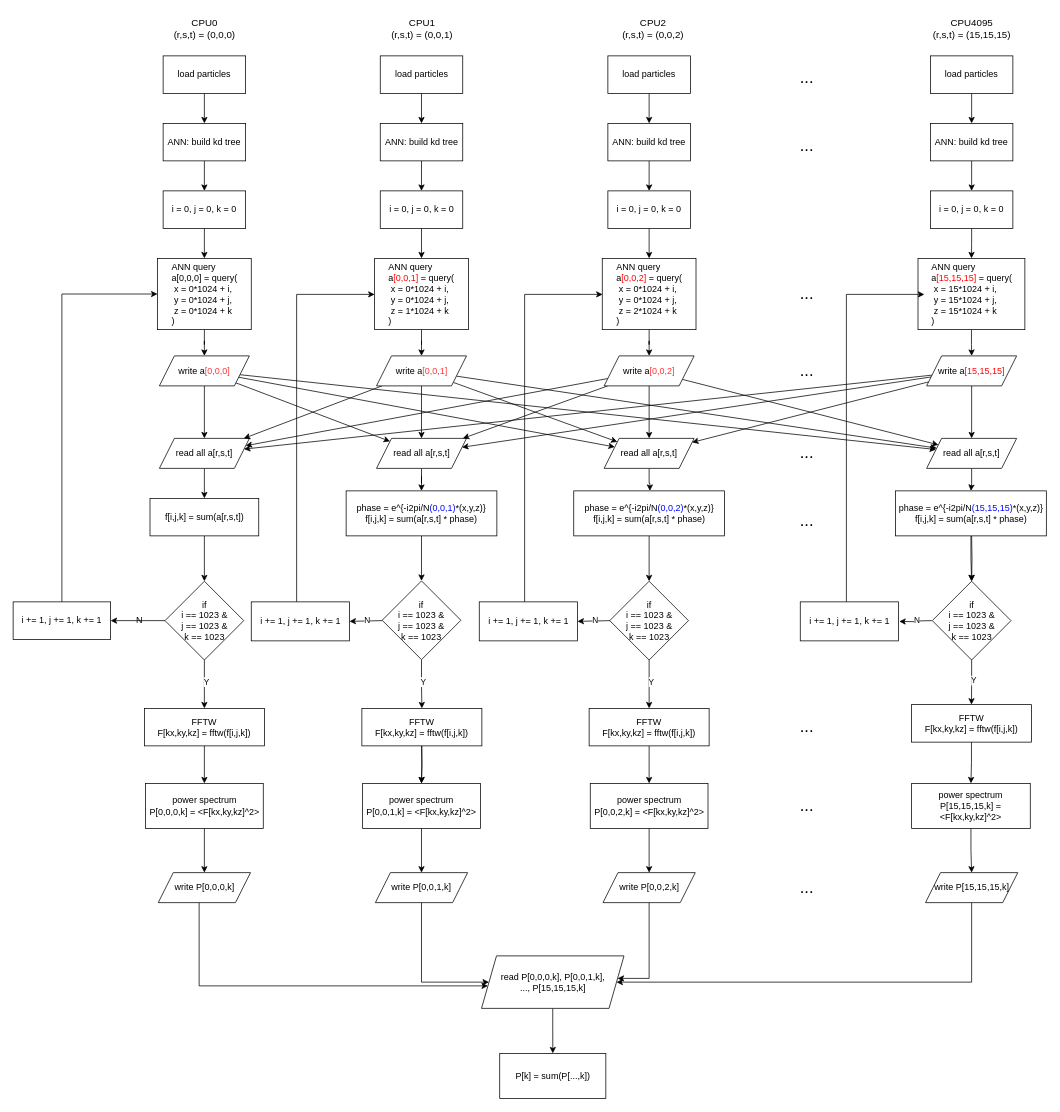
Above: Untitled Diagram.drawio in YujieH3/large-velocity-power-spectrum (draw.io), before the change. Source tidied: cells renumbered, new cells numbered last; positions are measured from the earlier drawing's top-left corner, leaving out a move shared by most shapes. Both pictures are drawn from the tidied source at 75%, with x=0, y=0 at pixel (13, 13).
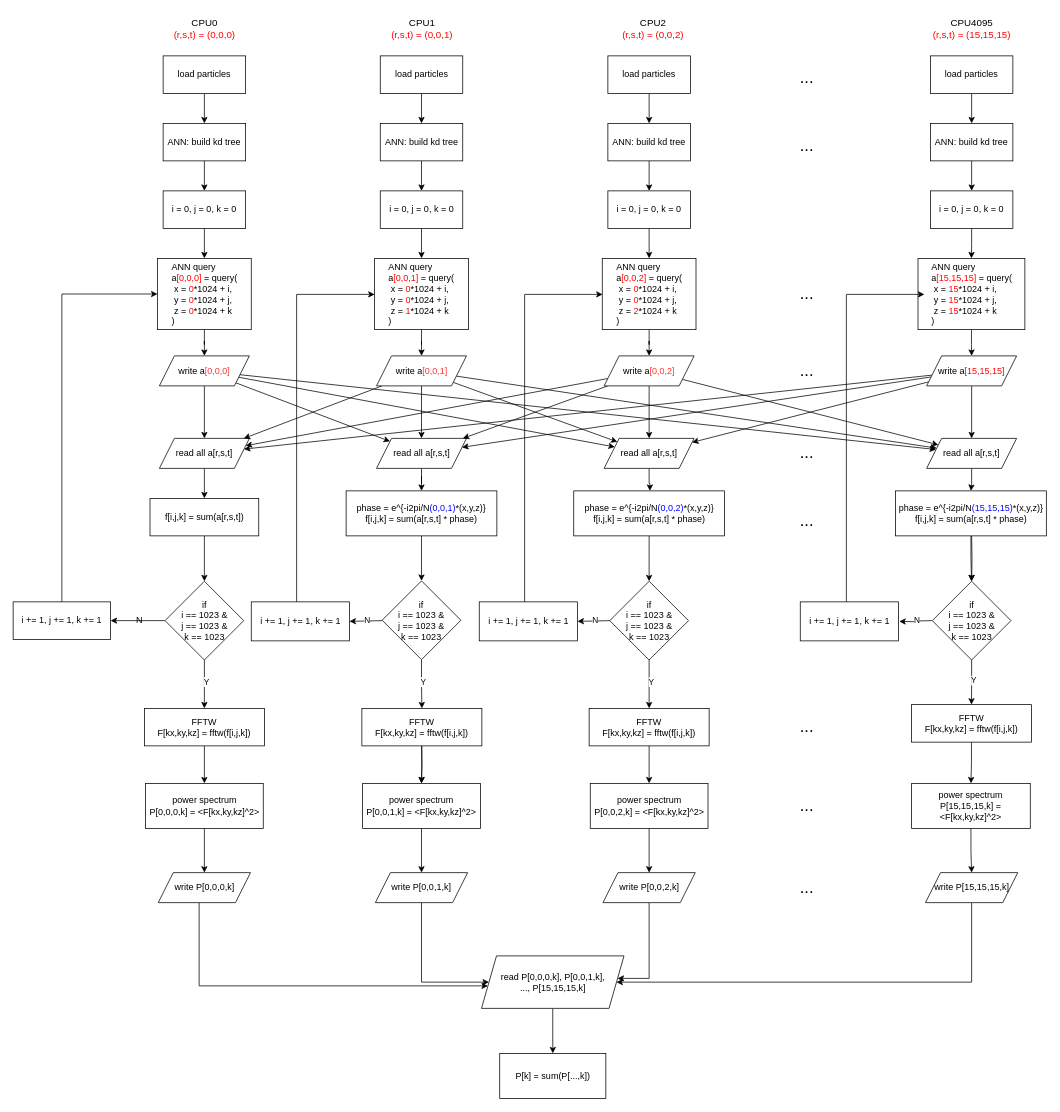
After the change.

Diff of the diagram source:
```diff
@@
-    <mxCell id="10" value="&lt;div style=&quot;text-align: left;&quot;&gt;ANN query&lt;/div&gt;&lt;div style=&quot;text-align: left;&quot;&gt;a[0,0,0] = query(&lt;/div&gt;&lt;div style=&quot;text-align: left;&quot;&gt;&amp;nbsp;x = 0*1024 + i,&lt;/div&gt;&lt;div style=&quot;text-align: left;&quot;&gt;&amp;nbsp;y = 0*1024 + j,&lt;/div&gt;&lt;div style=&quot;text-align: left;&quot;&gt;&amp;nbsp;z = 0*1024 + k&lt;/div&gt;&lt;div style=&quot;text-align: left;&quot;&gt;)&lt;/div&gt;" style="whiteSpace=wrap;html=1;rounded=0;" parent="1" vertex="1">
+    <mxCell id="10" value="&lt;div style=&quot;text-align: left;&quot;&gt;ANN query&lt;/div&gt;&lt;div style=&quot;text-align: left;&quot;&gt;a&lt;font color=&quot;#ff0000&quot;&gt;[0,0,0]&lt;/font&gt; = query(&lt;/div&gt;&lt;div style=&quot;text-align: left;&quot;&gt;&amp;nbsp;x = &lt;font color=&quot;#ff0000&quot;&gt;0&lt;/font&gt;*1024 + i,&lt;/div&gt;&lt;div style=&quot;text-align: left;&quot;&gt;&amp;nbsp;y = &lt;font color=&quot;#ff0000&quot;&gt;0&lt;/font&gt;*1024 + j,&lt;/div&gt;&lt;div style=&quot;text-align: left;&quot;&gt;&amp;nbsp;z = &lt;font color=&quot;#ff0000&quot;&gt;0&lt;/font&gt;*1024 + k&lt;/div&gt;&lt;div style=&quot;text-align: left;&quot;&gt;)&lt;/div&gt;" style="whiteSpace=wrap;html=1;rounded=0;" parent="1" vertex="1">
       <mxGeometry x="192.5" y="327" width="125" height="95" as="geometry" />
     </mxCell>
@@
-    <mxCell id="43" value="&lt;div style=&quot;text-align: left;&quot;&gt;ANN query&lt;/div&gt;&lt;div style=&quot;text-align: left;&quot;&gt;a&lt;font color=&quot;#ff0000&quot;&gt;[0,0,1]&lt;/font&gt; = query(&lt;/div&gt;&lt;div style=&quot;text-align: left;&quot;&gt;&amp;nbsp;x = 0*1024 + i,&lt;/div&gt;&lt;div style=&quot;text-align: left;&quot;&gt;&amp;nbsp;y = 0*1024 + j,&lt;/div&gt;&lt;div style=&quot;text-align: left;&quot;&gt;&amp;nbsp;z = 1*1024 + k&lt;/div&gt;&lt;div style=&quot;text-align: left;&quot;&gt;)&lt;/div&gt;" style="whiteSpace=wrap;html=1;rounded=0;" parent="1" vertex="1">
+    <mxCell id="43" value="&lt;div style=&quot;text-align: left;&quot;&gt;ANN query&lt;/div&gt;&lt;div style=&quot;text-align: left;&quot;&gt;a&lt;font color=&quot;#ff0000&quot;&gt;[0,0,1]&lt;/font&gt; = query(&lt;/div&gt;&lt;div style=&quot;text-align: left;&quot;&gt;&amp;nbsp;x = &lt;font color=&quot;#ff0000&quot;&gt;0&lt;/font&gt;*1024 + i,&lt;/div&gt;&lt;div style=&quot;text-align: left;&quot;&gt;&amp;nbsp;y = &lt;font color=&quot;#ff0000&quot;&gt;0&lt;/font&gt;*1024 + j,&lt;/div&gt;&lt;div style=&quot;text-align: left;&quot;&gt;&amp;nbsp;z = &lt;font color=&quot;#ff0000&quot;&gt;1&lt;/font&gt;*1024 + k&lt;/div&gt;&lt;div style=&quot;text-align: left;&quot;&gt;)&lt;/div&gt;" style="whiteSpace=wrap;html=1;rounded=0;" parent="1" vertex="1">
       <mxGeometry x="482" y="327" width="125" height="95" as="geometry" />
     </mxCell>
@@
-    <mxCell id="68" value="&lt;div style=&quot;text-align: left;&quot;&gt;ANN query&lt;/div&gt;&lt;div style=&quot;text-align: left;&quot;&gt;a&lt;font color=&quot;#ff0000&quot;&gt;[0,0,2]&lt;/font&gt; = query(&lt;/div&gt;&lt;div style=&quot;text-align: left;&quot;&gt;&amp;nbsp;x = 0*1024 + i,&lt;/div&gt;&lt;div style=&quot;text-align: left;&quot;&gt;&amp;nbsp;y = 0*1024 + j,&lt;/div&gt;&lt;div style=&quot;text-align: left;&quot;&gt;&amp;nbsp;z = 2*1024 + k&lt;/div&gt;&lt;div style=&quot;text-align: left;&quot;&gt;)&lt;/div&gt;" style="whiteSpace=wrap;html=1;rounded=0;" parent="1" vertex="1">
+    <mxCell id="68" value="&lt;div style=&quot;text-align: left;&quot;&gt;ANN query&lt;/div&gt;&lt;div style=&quot;text-align: left;&quot;&gt;a&lt;font color=&quot;#ff0000&quot;&gt;[0,0,2]&lt;/font&gt; = query(&lt;/div&gt;&lt;div style=&quot;text-align: left;&quot;&gt;&amp;nbsp;x = &lt;font color=&quot;#ff0000&quot;&gt;0&lt;/font&gt;*1024 + i,&lt;/div&gt;&lt;div style=&quot;text-align: left;&quot;&gt;&amp;nbsp;y = &lt;font color=&quot;#ff0000&quot;&gt;0&lt;/font&gt;*1024 + j,&lt;/div&gt;&lt;div style=&quot;text-align: left;&quot;&gt;&amp;nbsp;z = &lt;font color=&quot;#ff0000&quot;&gt;2&lt;/font&gt;*1024 + k&lt;/div&gt;&lt;div style=&quot;text-align: left;&quot;&gt;)&lt;/div&gt;" style="whiteSpace=wrap;html=1;rounded=0;" parent="1" vertex="1">
       <mxGeometry x="785.5" y="327" width="125" height="95" as="geometry" />
     </mxCell>
@@
-    <mxCell id="92" value="&lt;div style=&quot;text-align: left;&quot;&gt;ANN query&lt;/div&gt;&lt;div style=&quot;text-align: left;&quot;&gt;a&lt;font color=&quot;#ff0000&quot;&gt;[15,15,15]&lt;/font&gt; = query(&lt;/div&gt;&lt;div style=&quot;text-align: left;&quot;&gt;&amp;nbsp;x = 15*1024 + i,&lt;/div&gt;&lt;div style=&quot;text-align: left;&quot;&gt;&amp;nbsp;y = 15*1024 + j,&lt;/div&gt;&lt;div style=&quot;text-align: left;&quot;&gt;&amp;nbsp;z = 15*1024 + k&lt;/div&gt;&lt;div style=&quot;text-align: left;&quot;&gt;)&lt;/div&gt;" style="whiteSpace=wrap;html=1;rounded=0;" parent="1" vertex="1">
+    <mxCell id="92" value="&lt;div style=&quot;text-align: left;&quot;&gt;ANN query&lt;/div&gt;&lt;div style=&quot;text-align: left;&quot;&gt;a&lt;font color=&quot;#ff0000&quot;&gt;[15,15,15]&lt;/font&gt; = query(&lt;/div&gt;&lt;div style=&quot;text-align: left;&quot;&gt;&amp;nbsp;x = &lt;font color=&quot;#ff0000&quot;&gt;15&lt;/font&gt;*1024 + i,&lt;/div&gt;&lt;div style=&quot;text-align: left;&quot;&gt;&amp;nbsp;y = &lt;font color=&quot;#ff0000&quot;&gt;15&lt;/font&gt;*1024 + j,&lt;/div&gt;&lt;div style=&quot;text-align: left;&quot;&gt;&amp;nbsp;z = &lt;font color=&quot;#ff0000&quot;&gt;15&lt;/font&gt;*1024 + k&lt;/div&gt;&lt;div style=&quot;text-align: left;&quot;&gt;)&lt;/div&gt;" style="whiteSpace=wrap;html=1;rounded=0;" parent="1" vertex="1">
       <mxGeometry x="1206.5" y="327" width="142.5" height="95" as="geometry" />
     </mxCell>
@@
-    <mxCell id="129" value="&lt;div&gt;&lt;font style=&quot;font-size: 13px;&quot;&gt;CPU0&lt;br&gt;&lt;/font&gt;&lt;/div&gt;&lt;div&gt;&lt;font style=&quot;font-size: 13px;&quot;&gt;(r,s,t) = (0,0,0)&lt;br&gt;&lt;/font&gt;&lt;/div&gt;" style="text;html=1;align=center;verticalAlign=middle;strokeColor=none;fillColor=none;fontSize=11;fontFamily=Helvetica;fontColor=default;" parent="1" vertex="1">
+    <mxCell id="129" value="&lt;div&gt;&lt;font style=&quot;font-size: 13px;&quot;&gt;CPU0&lt;br&gt;&lt;/font&gt;&lt;/div&gt;&lt;div&gt;&lt;font color=&quot;#ff0000&quot; style=&quot;font-size: 13px;&quot;&gt;(r,s,t) = (0,0,0)&lt;br&gt;&lt;/font&gt;&lt;/div&gt;" style="text;html=1;align=center;verticalAlign=middle;strokeColor=none;fillColor=none;fontSize=11;fontFamily=Helvetica;fontColor=default;" parent="1" vertex="1">
       <mxGeometry x="200" width="110" height="40" as="geometry" />
     </mxCell>
-    <mxCell id="130" value="&lt;div&gt;&lt;font style=&quot;font-size: 13px;&quot;&gt;CPU1&lt;/font&gt;&lt;/div&gt;&lt;div&gt;&lt;font style=&quot;font-size: 13px;&quot;&gt;(r,s,t) = (0,0,1)&lt;br&gt;&lt;/font&gt;&lt;/div&gt;" style="text;html=1;align=center;verticalAlign=middle;strokeColor=none;fillColor=none;fontSize=11;fontFamily=Helvetica;fontColor=default;" parent="1" vertex="1">
+    <mxCell id="130" value="&lt;div&gt;&lt;font style=&quot;font-size: 13px;&quot;&gt;CPU1&lt;/font&gt;&lt;/div&gt;&lt;div&gt;&lt;font color=&quot;#ff0000&quot; style=&quot;font-size: 13px;&quot;&gt;(r,s,t) = (0,0,1)&lt;br&gt;&lt;/font&gt;&lt;/div&gt;" style="text;html=1;align=center;verticalAlign=middle;strokeColor=none;fillColor=none;fontSize=11;fontFamily=Helvetica;fontColor=default;" parent="1" vertex="1">
       <mxGeometry x="489.5" width="110" height="40" as="geometry" />
     </mxCell>
-    <mxCell id="131" value="&lt;div&gt;&lt;font style=&quot;font-size: 13px;&quot;&gt;CPU2&lt;br&gt;&lt;/font&gt;&lt;/div&gt;&lt;div&gt;&lt;font style=&quot;font-size: 13px;&quot;&gt;(r,s,t) = (0,0,2)&lt;br&gt;&lt;/font&gt;&lt;/div&gt;" style="text;html=1;align=center;verticalAlign=middle;strokeColor=none;fillColor=none;fontSize=11;fontFamily=Helvetica;fontColor=default;" parent="1" vertex="1">
+    <mxCell id="131" value="&lt;div&gt;&lt;font style=&quot;font-size: 13px;&quot;&gt;CPU2&lt;br&gt;&lt;/font&gt;&lt;/div&gt;&lt;div&gt;&lt;font color=&quot;#ff0000&quot; style=&quot;font-size: 13px;&quot;&gt;(r,s,t) = (0,0,2)&lt;br&gt;&lt;/font&gt;&lt;/div&gt;" style="text;html=1;align=center;verticalAlign=middle;strokeColor=none;fillColor=none;fontSize=11;fontFamily=Helvetica;fontColor=default;" parent="1" vertex="1">
       <mxGeometry x="798.2" width="110" height="40" as="geometry" />
     </mxCell>
-    <mxCell id="132" value="&lt;div&gt;&lt;font style=&quot;font-size: 13px;&quot;&gt;CPU4095&lt;/font&gt;&lt;/div&gt;&lt;div&gt;&lt;font style=&quot;font-size: 13px;&quot;&gt;(r,s,t) = (15,15,15)&lt;br&gt;&lt;/font&gt;&lt;/div&gt;" style="text;html=1;align=center;verticalAlign=middle;strokeColor=none;fillColor=none;fontSize=11;fontFamily=Helvetica;fontColor=default;" parent="1" vertex="1">
+    <mxCell id="132" value="&lt;div&gt;&lt;font style=&quot;font-size: 13px;&quot;&gt;CPU4095&lt;/font&gt;&lt;/div&gt;&lt;div&gt;&lt;font color=&quot;#ff0000&quot; style=&quot;font-size: 13px;&quot;&gt;(r,s,t) = (15,15,15)&lt;br&gt;&lt;/font&gt;&lt;/div&gt;" style="text;html=1;align=center;verticalAlign=middle;strokeColor=none;fillColor=none;fontSize=11;fontFamily=Helvetica;fontColor=default;" parent="1" vertex="1">
       <mxGeometry x="1212.8" width="130" height="40" as="geometry" />
     </mxCell>
```
